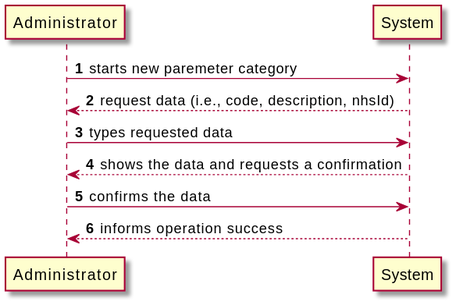
Earlier version of the PlantUML export docs/SprintB/US11-SD.svg (0franciscor/lei-21-s2-1de-g19).
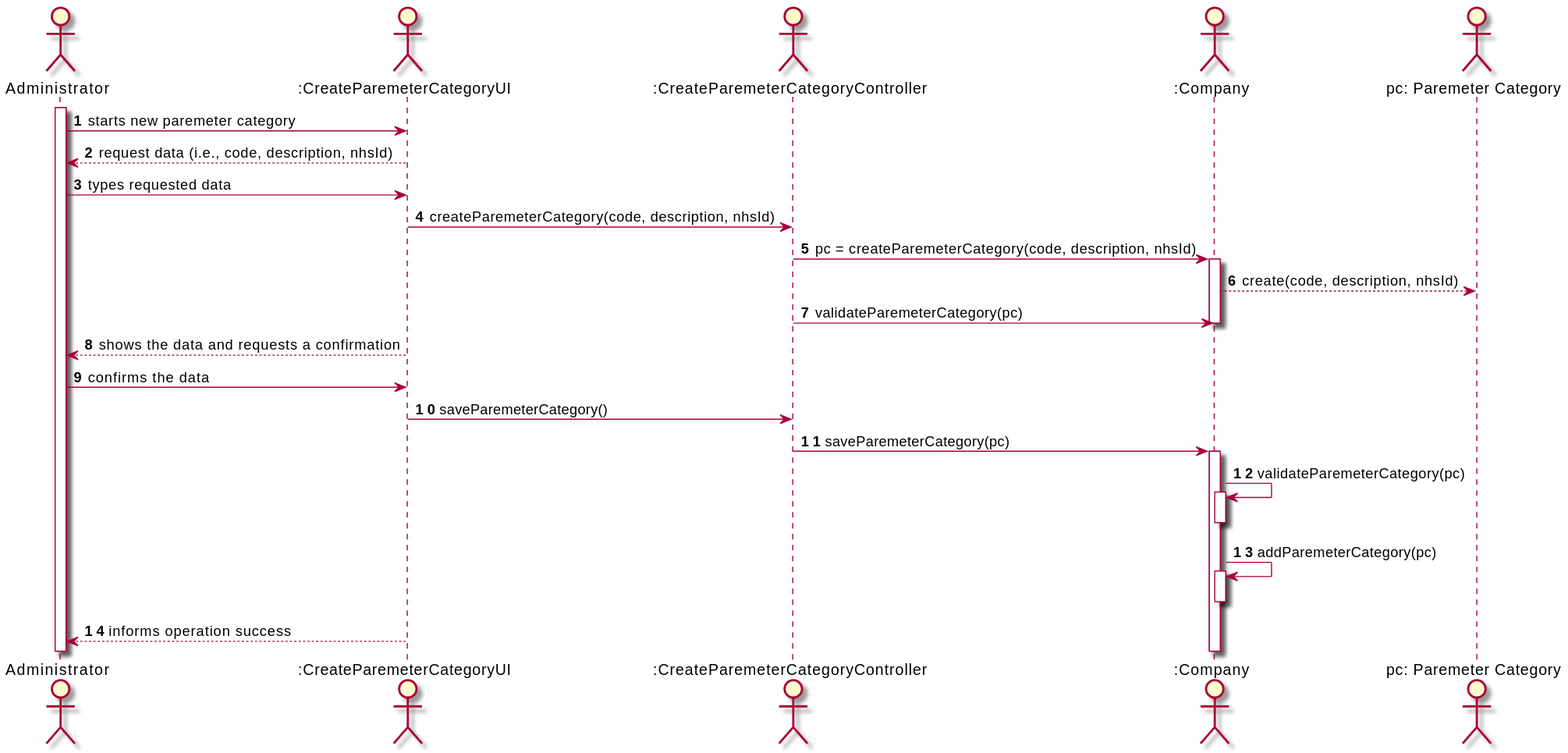
The same file after the commit.

What changed in the source:
```diff
@@ -1,11 +1,33 @@
 @startuml
 
 autonumber
+actor "Administrator" as A
+activate A
+actor ":CreateParemeterCategoryUI" as CPCUI
+actor ":CreateParemeterCategoryController" as CPCC
+actor ":Company" as COMP
+actor "pc: Paremeter Category" as PC
 
-Administrator -> System: starts new paremeter category
-System --> Administrator: request data (i.e., code, description, nhsId)
-Administrator -> System: types requested data
-System --> Administrator: shows the data and requests a confirmation
-Administrator -> System: confirms the data
-System --> Administrator: informs operation success
+A -> CPCUI : starts new paremeter category
+CPCUI --> A: request data (i.e., code, description, nhsId)
+A -> CPCUI : types requested data
+CPCUI -> CPCC: createParemeterCategory(code, description, nhsId)
+CPCC -> COMP : pc = createParemeterCategory(code, description, nhsId)
+activate COMP
+COMP --> PC: create(code, description, nhsId)
+CPCC -> COMP : validateParemeterCategory(pc)
+deactivate COMP
+CPCUI --> A: shows the data and requests a confirmation
+A -> CPCUI: confirms the data
+CPCUI -> CPCC: saveParemeterCategory()
+CPCC -> COMP ++: saveParemeterCategory(pc)
+
+COMP -> COMP: validateParemeterCategory(pc)
+activate COMP
+deactivate COMP
+COMP -> COMP: addParemeterCategory(pc)
+activate COMP
+deactivate COMP
+CPCUI --> A: informs operation success
+
 @enduml
```
